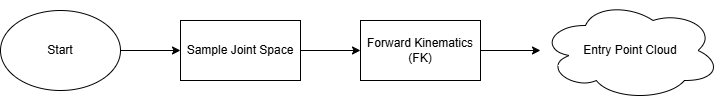
Earlier version of the draw.io export existing entry point planning.png (prabhunithingollapudi007/test-grafiti). Source tidied: cells renumbered, new cells last; positions are measured from the earlier drawing's top-left corner, leaving out a move shared by most shapes. Its diagram source:
```xml
<mxGraphModel>
  <root>
    <mxCell id="0" />
    <mxCell id="1" parent="0" />
    <mxCell id="2" style="edgeStyle=orthogonalEdgeStyle;rounded=0;jettySize=auto;html=1;" parent="1" edge="1" source="3" target="5">
      <mxGeometry relative="1" as="geometry" />
    </mxCell>
    <mxCell id="3" value="Start" style="ellipse;whiteSpace=wrap;html=1;" parent="1" vertex="1">
      <mxGeometry y="10" width="120" height="80" as="geometry" />
    </mxCell>
    <mxCell id="4" style="edgeStyle=orthogonalEdgeStyle;rounded=0;jettySize=auto;html=1;" parent="1" edge="1" source="5" target="7">
      <mxGeometry relative="1" as="geometry" />
    </mxCell>
    <mxCell id="5" value="Sample Joint Space" style="rounded=0;whiteSpace=wrap;html=1;" parent="1" vertex="1">
      <mxGeometry x="180" y="20" width="120" height="60" as="geometry" />
    </mxCell>
    <mxCell id="6" style="edgeStyle=orthogonalEdgeStyle;rounded=0;jettySize=auto;html=1;" parent="1" edge="1" source="7" target="8">
      <mxGeometry relative="1" as="geometry" />
    </mxCell>
    <mxCell id="7" value="Forward Kinematics (FK)" style="rounded=0;whiteSpace=wrap;html=1;" parent="1" vertex="1">
      <mxGeometry x="360" y="20" width="120" height="60" as="geometry" />
    </mxCell>
    <mxCell id="8" value="Entry Point Cloud" style="ellipse;shape=cloud;whiteSpace=wrap;html=1;" parent="1" vertex="1">
      <mxGeometry x="540" width="180" height="100" as="geometry" />
    </mxCell>
  </root>
</mxGraphModel>
```
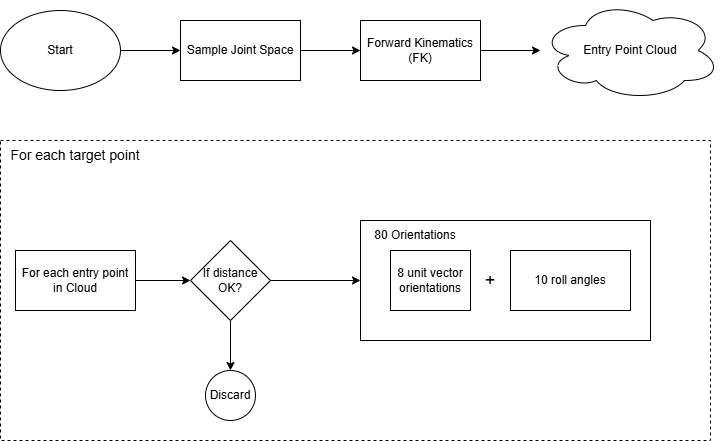
After the commit.

Diff of the diagram source:
```diff
@@ -23,5 +23,44 @@
     <mxCell id="8" value="Entry Point Cloud" style="ellipse;shape=cloud;whiteSpace=wrap;html=1;" parent="1" vertex="1">
       <mxGeometry x="540" width="180" height="100" as="geometry" />
     </mxCell>
+    <mxCell id="9" style="rounded=0;whiteSpace=wrap;html=1;fillColor=none;dashed=1;" parent="1" vertex="1">
+      <mxGeometry y="140" width="710" height="300" as="geometry" />
+    </mxCell>
+    <mxCell id="10" value="&lt;font style=&quot;font-size: 14px;&quot;&gt;For each target point&lt;/font&gt;" style="text;html=1;whiteSpace=wrap;strokeColor=none;fillColor=none;align=center;verticalAlign=middle;rounded=0;" parent="1" vertex="1">
+      <mxGeometry y="140" width="150" height="30" as="geometry" />
+    </mxCell>
+    <mxCell id="11" style="edgeStyle=orthogonalEdgeStyle;rounded=0;jettySize=auto;html=1;" parent="1" edge="1" source="12" target="15">
+      <mxGeometry relative="1" as="geometry" />
+    </mxCell>
+    <mxCell id="12" value="For each entry point in Cloud" style="rounded=0;whiteSpace=wrap;html=1;" parent="1" vertex="1">
+      <mxGeometry x="15" y="250" width="120" height="60" as="geometry" />
+    </mxCell>
+    <mxCell id="13" style="edgeStyle=orthogonalEdgeStyle;rounded=0;jettySize=auto;html=1;" parent="1" edge="1" source="15" target="16">
+      <mxGeometry relative="1" as="geometry" />
+    </mxCell>
+    <mxCell id="14" style="edgeStyle=orthogonalEdgeStyle;rounded=0;jettySize=auto;html=1;" parent="1" edge="1" source="15" target="17">
+      <mxGeometry relative="1" as="geometry" />
+    </mxCell>
+    <mxCell id="15" value="If distance OK?" style="rhombus;whiteSpace=wrap;html=1;rounded=0;" parent="1" vertex="1">
+      <mxGeometry x="190" y="240" width="80" height="80" as="geometry" />
+    </mxCell>
+    <mxCell id="16" value="Discard" style="ellipse;whiteSpace=wrap;html=1;rounded=0;" parent="1" vertex="1">
+      <mxGeometry x="205" y="370" width="50" height="50" as="geometry" />
+    </mxCell>
+    <mxCell id="17" style="whiteSpace=wrap;html=1;rounded=0;fillColor=none;" parent="1" vertex="1">
+      <mxGeometry x="360" y="220" width="290" height="120" as="geometry" />
+    </mxCell>
+    <mxCell id="18" value="80 Orientations" style="text;html=1;whiteSpace=wrap;strokeColor=none;fillColor=none;align=center;verticalAlign=middle;rounded=0;" parent="1" vertex="1">
+      <mxGeometry x="370" y="220" width="90" height="30" as="geometry" />
+    </mxCell>
+    <mxCell id="19" value="8 unit vector orientations" style="rounded=0;whiteSpace=wrap;html=1;" parent="1" vertex="1">
+      <mxGeometry x="390" y="250" width="80" height="60" as="geometry" />
+    </mxCell>
+    <mxCell id="20" value="10 roll angles" style="rounded=0;whiteSpace=wrap;html=1;" parent="1" vertex="1">
+      <mxGeometry x="510" y="250" width="120" height="60" as="geometry" />
+    </mxCell>
+    <mxCell id="21" value="&lt;font style=&quot;font-size: 18px;&quot;&gt;+&lt;/font&gt;" style="text;html=1;whiteSpace=wrap;strokeColor=none;fillColor=none;align=center;verticalAlign=middle;rounded=0;" parent="1" vertex="1">
+      <mxGeometry x="460" y="265" width="60" height="30" as="geometry" />
+    </mxCell>
   </root>
 </mxGraphModel>
```
